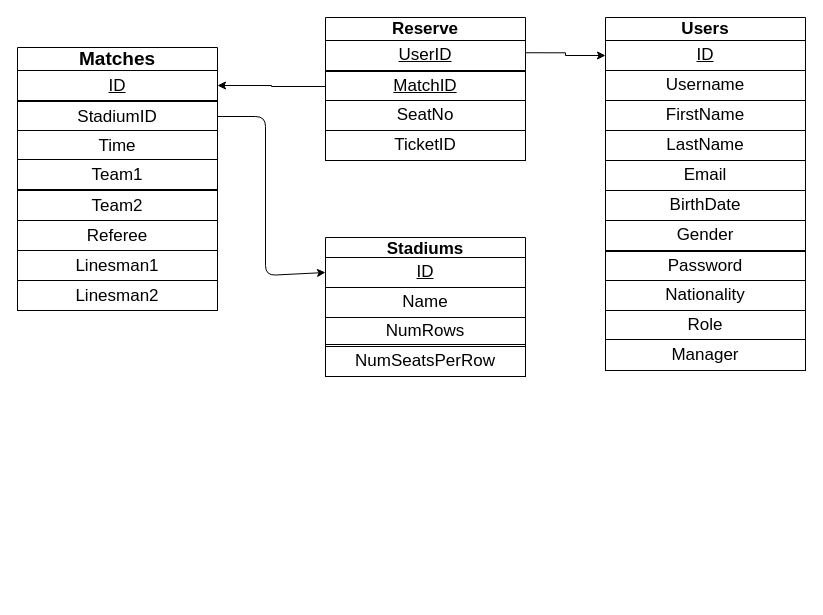
Before: Schema.drawio in reem-atalah/Fifa-2022, a draw.io diagram. Source tidied: cells renumbered, new cells numbered last; positions are measured from the earlier drawing's top-left corner, leaving out a move shared by most shapes. Both pictures are drawn from the tidied source at 100%, with x=0, y=0 at pixel (17, 17).
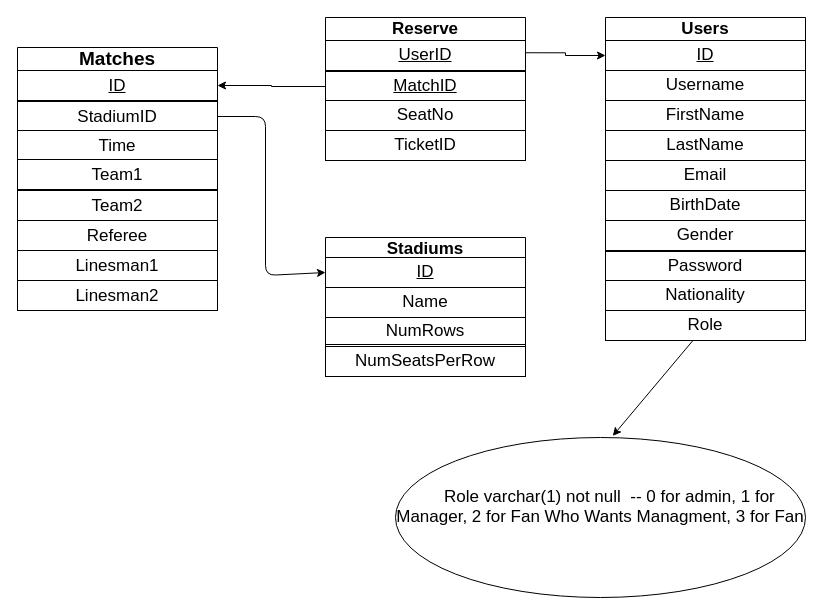
The same diagram, later.

Commit message (it also covers changes not shown here):
Removed redundant column in schema

The change refers to these unchanged cells:
```xml
<mxCell id="21" style="group;" parent="20" vertex="1">
  <mxGeometry width="200" height="354" as="geometry" />
</mxCell>
<mxCell id="26" value="Role" style="rounded=0;whiteSpace=wrap;html=1;fontSize=17;" parent="21" vertex="1">
  <mxGeometry y="293" width="200" height="30" as="geometry" />
</mxCell>
```

The edit, as a diff of the source:
```diff
@@
-    <mxCell id="27" value="Manager" style="whiteSpace=wrap;html=1;fontSize=17;" parent="21" vertex="1">
-      <mxGeometry y="322" width="200" height="31" as="geometry" />
-    </mxCell>
@@
+    <mxCell id="45" value="&lt;div&gt;&amp;nbsp; &amp;nbsp; Role varchar(1) not null&amp;nbsp; -- 0 for admin, 1 for Manager, 2 for Fan Who Wants Managment, 3 for Fan&lt;/div&gt;&lt;div&gt;&lt;br&gt;&lt;/div&gt;" style="ellipse;whiteSpace=wrap;html=1;fontSize=17;" parent="1" vertex="1">
+      <mxGeometry x="378" y="420" width="410" height="160" as="geometry" />
+    </mxCell>
+    <mxCell id="46" style="edgeStyle=none;html=1;entryX=0.53;entryY=-0.01;entryDx=0;entryDy=0;entryPerimeter=0;fontSize=17;" parent="1" edge="1" source="26" target="45">
+      <mxGeometry relative="1" as="geometry" />
+    </mxCell>
```
